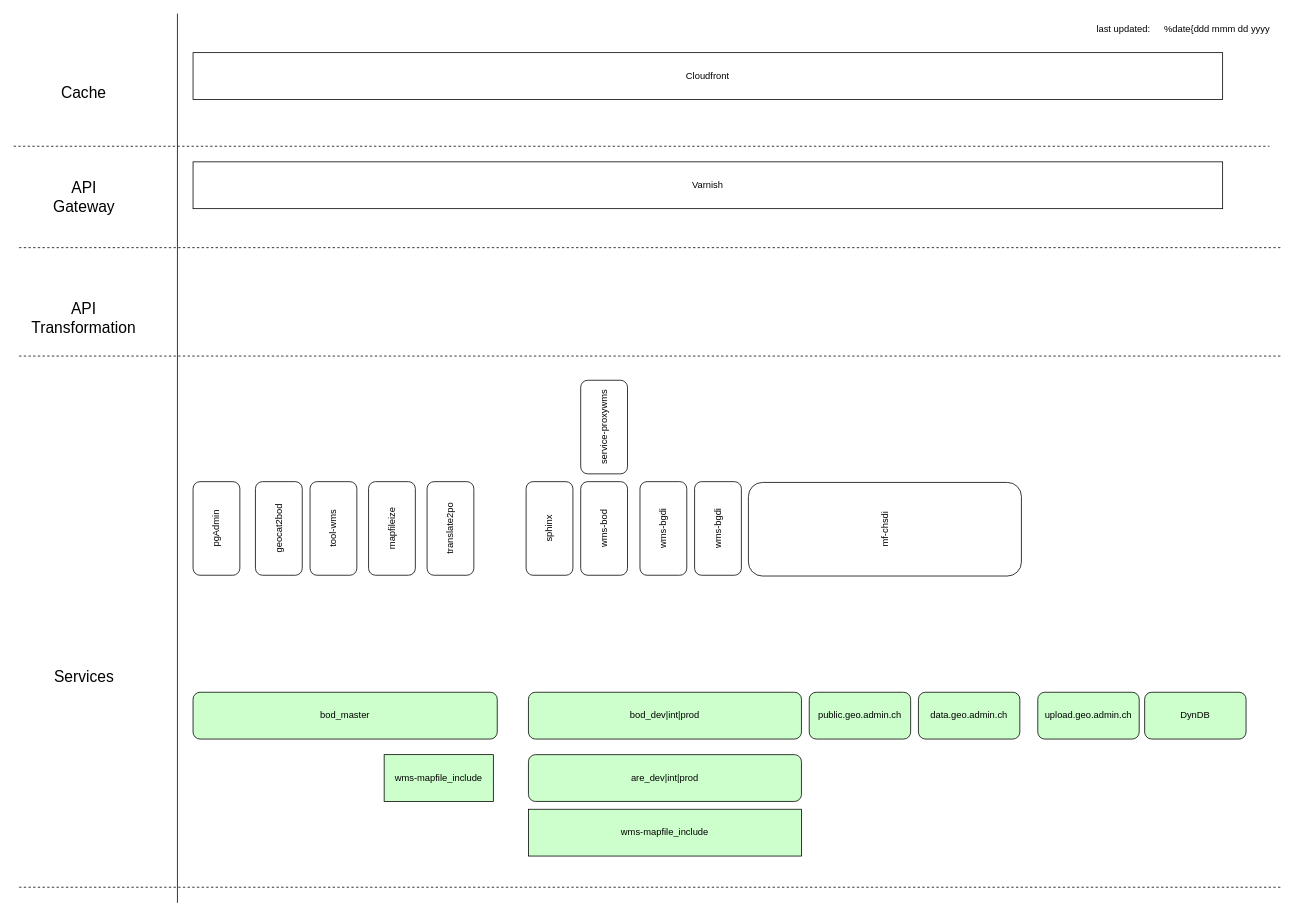
boecklic/notebooks keeps this draw.io diagram as arch/microservices.dio. Above is the earlier version. Source tidied: cells renumbered, new cells numbered last; positions are measured from the earlier drawing's top-left corner, leaving out a move shared by most shapes. Both pictures are drawn from the tidied source at 78%, with x=0, y=0 at pixel (13, 13).
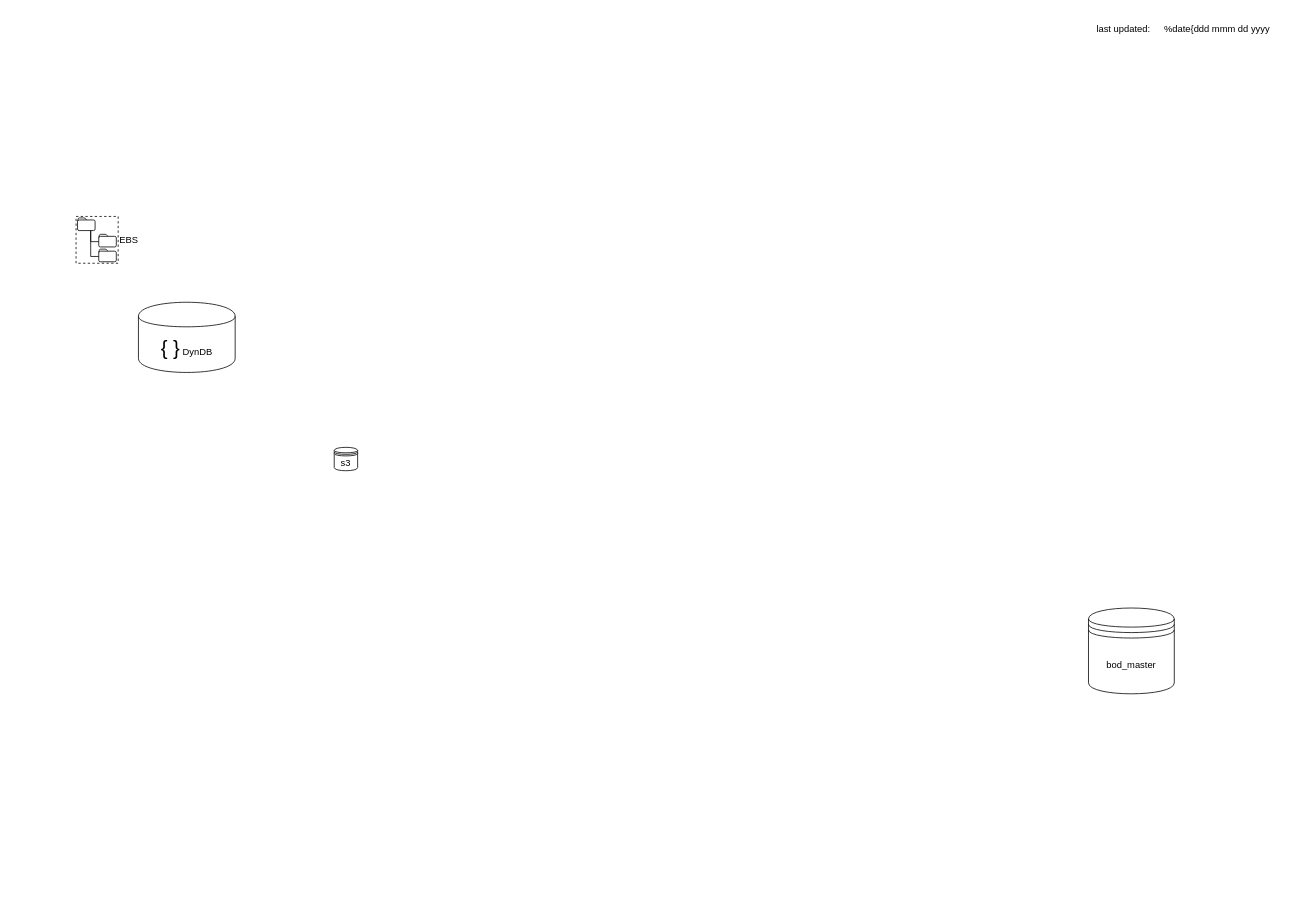
The same diagram, later.

The edit, as a diff of the source:
```diff
@@
-    <mxCell id="2" value="&lt;div&gt;bod_master&lt;/div&gt;" style="rounded=1;whiteSpace=wrap;html=1;fillColor=#CCFFCC;" parent="1" vertex="1">
-      <mxGeometry x="230" y="870" width="390" height="60" as="geometry" />
-    </mxCell>
-    <mxCell id="3" value="&lt;div&gt;bod_dev|int|prod&lt;/div&gt;" style="rounded=1;whiteSpace=wrap;html=1;fillColor=#CCFFCC;" parent="1" vertex="1">
-      <mxGeometry x="660" y="870" width="350" height="60" as="geometry" />
-    </mxCell>
-    <mxCell id="4" value="wms-mapfile_include" style="rounded=0;whiteSpace=wrap;html=1;fillColor=#CCFFCC;" parent="1" vertex="1">
-      <mxGeometry x="475" y="950" width="140" height="60" as="geometry" />
-    </mxCell>
-    <mxCell id="5" value="&lt;div&gt;are_dev|int|prod&lt;/div&gt;" style="rounded=1;whiteSpace=wrap;html=1;fillColor=#CCFFCC;" parent="1" vertex="1">
-      <mxGeometry x="660" y="950" width="350" height="60" as="geometry" />
-    </mxCell>
-    <mxCell id="6" value="pgAdmin" style="rounded=1;whiteSpace=wrap;html=1;direction=west;rotation=-90;" parent="1" vertex="1">
-      <mxGeometry x="200" y="630" width="120" height="60" as="geometry" />
-    </mxCell>
-    <mxCell id="7" value="geocat2bod" style="rounded=1;whiteSpace=wrap;html=1;direction=west;rotation=-90;" parent="1" vertex="1">
-      <mxGeometry x="280" y="630" width="120" height="60" as="geometry" />
-    </mxCell>
-    <mxCell id="8" value="tool-wms" style="rounded=1;whiteSpace=wrap;html=1;direction=west;rotation=-90;" parent="1" vertex="1">
-      <mxGeometry x="350" y="630" width="120" height="60" as="geometry" />
-    </mxCell>
-    <mxCell id="9" value="mapfileize" style="rounded=1;whiteSpace=wrap;html=1;direction=west;rotation=-90;" parent="1" vertex="1">
-      <mxGeometry x="425" y="630" width="120" height="60" as="geometry" />
-    </mxCell>
-    <mxCell id="10" value="translate2po" style="rounded=1;whiteSpace=wrap;html=1;direction=west;rotation=-90;" parent="1" vertex="1">
-      <mxGeometry x="500" y="630" width="120" height="60" as="geometry" />
-    </mxCell>
-    <mxCell id="11" value="mf-chsdi" style="rounded=1;whiteSpace=wrap;html=1;direction=west;rotation=-90;" parent="1" vertex="1">
-      <mxGeometry x="1057" y="486" width="120" height="350" as="geometry" />
-    </mxCell>
-    <mxCell id="12" value="service-proxywms" style="rounded=1;whiteSpace=wrap;html=1;direction=west;rotation=-90;" parent="1" vertex="1">
-      <mxGeometry x="697" y="500" width="120" height="60" as="geometry" />
-    </mxCell>
-    <mxCell id="13" value="wms-bod" style="rounded=1;whiteSpace=wrap;html=1;direction=west;rotation=-90;" parent="1" vertex="1">
-      <mxGeometry x="697" y="630" width="120" height="60" as="geometry" />
-    </mxCell>
-    <mxCell id="14" value="wms-bgdi" style="rounded=1;whiteSpace=wrap;html=1;direction=west;rotation=-90;" parent="1" vertex="1">
-      <mxGeometry x="773" y="630" width="120" height="60" as="geometry" />
-    </mxCell>
-    <mxCell id="15" value="wms-bgdi" style="rounded=1;whiteSpace=wrap;html=1;direction=west;rotation=-90;" parent="1" vertex="1">
-      <mxGeometry x="843" y="630" width="120" height="60" as="geometry" />
-    </mxCell>
-    <mxCell id="16" value="wms-mapfile_include" style="rounded=0;whiteSpace=wrap;html=1;fillColor=#CCFFCC;" parent="1" vertex="1">
-      <mxGeometry x="660" y="1020" width="350" height="60" as="geometry" />
-    </mxCell>
-    <mxCell id="17" value="sphinx" style="rounded=1;whiteSpace=wrap;html=1;direction=west;rotation=-90;" parent="1" vertex="1">
-      <mxGeometry x="627" y="630" width="120" height="60" as="geometry" />
-    </mxCell>
-    <mxCell id="18" value="Varnish" style="rounded=0;whiteSpace=wrap;html=1;" parent="1" vertex="1">
-      <mxGeometry x="230" y="190" width="1320" height="60" as="geometry" />
-    </mxCell>
-    <mxCell id="19" value="Cloudfront" style="rounded=0;whiteSpace=wrap;html=1;" parent="1" vertex="1">
-      <mxGeometry x="230" y="50" width="1320" height="60" as="geometry" />
-    </mxCell>
-    <mxCell id="20" style="endArrow=none;html=1;" parent="1" edge="1">
-      <mxGeometry relative="1" as="geometry">
-        <mxPoint x="210" y="1140" as="sourcePoint" />
-        <mxPoint x="210" as="targetPoint" />
-      </mxGeometry>
-    </mxCell>
-    <mxCell id="21" style="endArrow=none;html=1;dashed=1;" parent="1" edge="1">
-      <mxGeometry relative="1" as="geometry">
-        <mxPoint y="170" as="sourcePoint" />
-        <mxPoint x="1610" y="170" as="targetPoint" />
-      </mxGeometry>
-    </mxCell>
-    <mxCell id="22" value="Cache" style="text;html=1;strokeColor=none;fillColor=none;align=center;verticalAlign=middle;whiteSpace=wrap;rounded=0;fontSize=20;" parent="1" vertex="1">
-      <mxGeometry x="70" y="90" width="40" height="20" as="geometry" />
-    </mxCell>
-    <mxCell id="23" value="API Gateway" style="text;html=1;strokeColor=none;fillColor=none;align=center;verticalAlign=middle;whiteSpace=wrap;rounded=0;fontSize=20;" parent="1" vertex="1">
-      <mxGeometry x="33" y="200" width="115" height="70" as="geometry" />
-    </mxCell>
-    <mxCell id="24" style="endArrow=none;html=1;dashed=1;" parent="1" edge="1">
-      <mxGeometry relative="1" as="geometry">
-        <mxPoint x="7" y="300" as="sourcePoint" />
-        <mxPoint x="1627" y="300" as="targetPoint" />
-      </mxGeometry>
-    </mxCell>
-    <mxCell id="25" style="endArrow=none;html=1;dashed=1;" parent="1" edge="1">
-      <mxGeometry relative="1" as="geometry">
-        <mxPoint x="7" y="439" as="sourcePoint" />
-        <mxPoint x="1627" y="439" as="targetPoint" />
-      </mxGeometry>
-    </mxCell>
-    <mxCell id="26" style="endArrow=none;html=1;dashed=1;" parent="1" edge="1">
-      <mxGeometry relative="1" as="geometry">
-        <mxPoint x="7" y="1120" as="sourcePoint" />
-        <mxPoint x="1627" y="1120" as="targetPoint" />
-      </mxGeometry>
-    </mxCell>
-    <mxCell id="27" value="API Transformation" style="text;html=1;strokeColor=none;fillColor=none;align=center;verticalAlign=middle;whiteSpace=wrap;rounded=0;fontSize=20;" parent="1" vertex="1">
-      <mxGeometry x="15" y="360" width="150" height="60" as="geometry" />
-    </mxCell>
-    <mxCell id="28" value="Services" style="text;html=1;strokeColor=none;fillColor=none;align=center;verticalAlign=middle;whiteSpace=wrap;rounded=0;fontSize=20;" parent="1" vertex="1">
-      <mxGeometry x="28" y="830" width="125" height="40" as="geometry" />
-    </mxCell>
-    <mxCell id="29" value="DynDB" style="rounded=1;whiteSpace=wrap;html=1;fillColor=#CCFFCC;" parent="1" vertex="1">
-      <mxGeometry x="1450" y="870" width="130" height="60" as="geometry" />
-    </mxCell>
-    <mxCell id="30" value="data.geo.admin.ch" style="rounded=1;whiteSpace=wrap;html=1;fillColor=#CCFFCC;" parent="1" vertex="1">
-      <mxGeometry x="1160" y="870" width="130" height="60" as="geometry" />
-    </mxCell>
-    <mxCell id="31" value="upload.geo.admin.ch" style="rounded=1;whiteSpace=wrap;html=1;fillColor=#CCFFCC;" parent="1" vertex="1">
-      <mxGeometry x="1313" y="870" width="130" height="60" as="geometry" />
-    </mxCell>
-    <mxCell id="32" value="public.geo.admin.ch" style="rounded=1;whiteSpace=wrap;html=1;fillColor=#CCFFCC;" parent="1" vertex="1">
-      <mxGeometry x="1020" y="870" width="130" height="60" as="geometry" />
-    </mxCell>
@@
+    <mxCell id="35" value="EBS" style="group;align=left;spacingRight=2;labelPosition=right;verticalLabelPosition=middle;verticalAlign=middle;dashed=1;" parent="1" vertex="1">
+      <mxGeometry x="80" y="260" width="54" height="60" as="geometry" />
+    </mxCell>
+    <mxCell id="36" style="rounded=0;whiteSpace=wrap;html=1;glass=0;labelBackgroundColor=none;strokeColor=#000000;fillColor=none;labelPosition=right;verticalLabelPosition=middle;align=left;verticalAlign=middle;dashed=1;" parent="35" vertex="1">
+      <mxGeometry width="54" height="60" as="geometry" />
+    </mxCell>
+    <mxCell id="37" style="group;labelPosition=center;verticalLabelPosition=top;align=center;verticalAlign=bottom;strokeColor=none;perimeterSpacing=8;" parent="35" vertex="1">
+      <mxGeometry x="1.9" y="1.9" width="49.7" height="56.2" as="geometry" />
+    </mxCell>
+    <mxCell id="38" style="group;" parent="37" vertex="1">
+      <mxGeometry width="22.5" height="16.2" as="geometry" />
+    </mxCell>
+    <mxCell id="39" style="rounded=1;whiteSpace=wrap;html=1;glass=0;labelBackgroundColor=none;strokeColor=#000000;fillColor=none;" parent="38" vertex="1">
+      <mxGeometry y="2.6" width="22.5" height="13.6" as="geometry" />
+    </mxCell>
+    <mxCell id="40" style="endArrow=none;html=1;exitX=0.002;exitY=0.127;exitPerimeter=0;entryX=0.5;entryY=0;" parent="38" edge="1" source="39" target="39">
+      <mxGeometry relative="1" as="geometry">
+        <Array as="points">
+          <mxPoint x="0.9" />
+          <mxPoint x="3.6" />
+          <mxPoint x="9.9" />
+        </Array>
+      </mxGeometry>
+    </mxCell>
+    <mxCell id="41" style="group;" parent="37" vertex="1">
+      <mxGeometry x="27.2" y="21" width="22.5" height="16.2" as="geometry" />
+    </mxCell>
+    <mxCell id="42" style="rounded=1;whiteSpace=wrap;html=1;glass=0;labelBackgroundColor=none;strokeColor=#000000;fillColor=none;" parent="41" vertex="1">
+      <mxGeometry y="2.6" width="22.5" height="13.6" as="geometry" />
+    </mxCell>
+    <mxCell id="43" style="endArrow=none;html=1;exitX=0.002;exitY=0.127;exitPerimeter=0;entryX=0.5;entryY=0;" parent="41" edge="1" source="42" target="42">
+      <mxGeometry relative="1" as="geometry">
+        <Array as="points">
+          <mxPoint x="0.9" />
+          <mxPoint x="3.6" />
+          <mxPoint x="9.9" />
+        </Array>
+      </mxGeometry>
+    </mxCell>
+    <mxCell id="44" style="group;" parent="37" vertex="1">
+      <mxGeometry x="27.2" y="40" width="22.5" height="16.2" as="geometry" />
+    </mxCell>
+    <mxCell id="45" style="rounded=1;whiteSpace=wrap;html=1;glass=0;labelBackgroundColor=none;strokeColor=#000000;fillColor=none;" parent="44" vertex="1">
+      <mxGeometry y="2.6" width="22.5" height="13.6" as="geometry" />
+    </mxCell>
+    <mxCell id="46" style="endArrow=none;html=1;exitX=0.002;exitY=0.127;exitPerimeter=0;entryX=0.5;entryY=0;" parent="44" edge="1" source="45" target="45">
+      <mxGeometry relative="1" as="geometry">
+        <Array as="points">
+          <mxPoint x="0.9" />
+          <mxPoint x="3.6" />
+          <mxPoint x="9.9" />
+        </Array>
+      </mxGeometry>
+    </mxCell>
+    <mxCell id="47" style="edgeStyle=orthogonalEdgeStyle;rounded=0;jumpStyle=arc;html=1;exitX=0.75;exitY=1;entryX=0;entryY=0.5;jettySize=auto;endArrow=none;endFill=0;" parent="37" edge="1" source="39" target="42">
+      <mxGeometry relative="1" as="geometry">
+        <Array as="points">
+          <mxPoint x="16.7" y="30" />
+        </Array>
+      </mxGeometry>
+    </mxCell>
+    <mxCell id="48" style="edgeStyle=orthogonalEdgeStyle;rounded=0;jumpStyle=arc;html=1;exitX=0.75;exitY=1;entryX=0;entryY=0.5;jettySize=auto;endArrow=none;endFill=0;" parent="37" edge="1" source="39" target="45">
+      <mxGeometry relative="1" as="geometry">
+        <Array as="points">
+          <mxPoint x="17" y="49" />
+        </Array>
+      </mxGeometry>
+    </mxCell>
+    <mxCell id="49" value="&lt;div&gt;{ }&lt;font style=&quot;font-size: 12px&quot;&gt; DynDB&lt;/font&gt;&lt;/div&gt;" style="shape=cylinder;whiteSpace=wrap;html=1;boundedLbl=1;fillColor=none;fontSize=26;" parent="1" vertex="1">
+      <mxGeometry x="160" y="370" width="124" height="90" as="geometry" />
+    </mxCell>
+    <mxCell id="50" value="s3" style="shape=datastore;whiteSpace=wrap;html=1;" parent="1" vertex="1">
+      <mxGeometry x="411" y="556" width="30" height="30" as="geometry" />
+    </mxCell>
+    <mxCell id="2" value="bod_master" style="shape=datastore;whiteSpace=wrap;html=1;" parent="1" vertex="1">
+      <mxGeometry x="1378" y="762" width="110" height="110" as="geometry" />
+    </mxCell>
```
